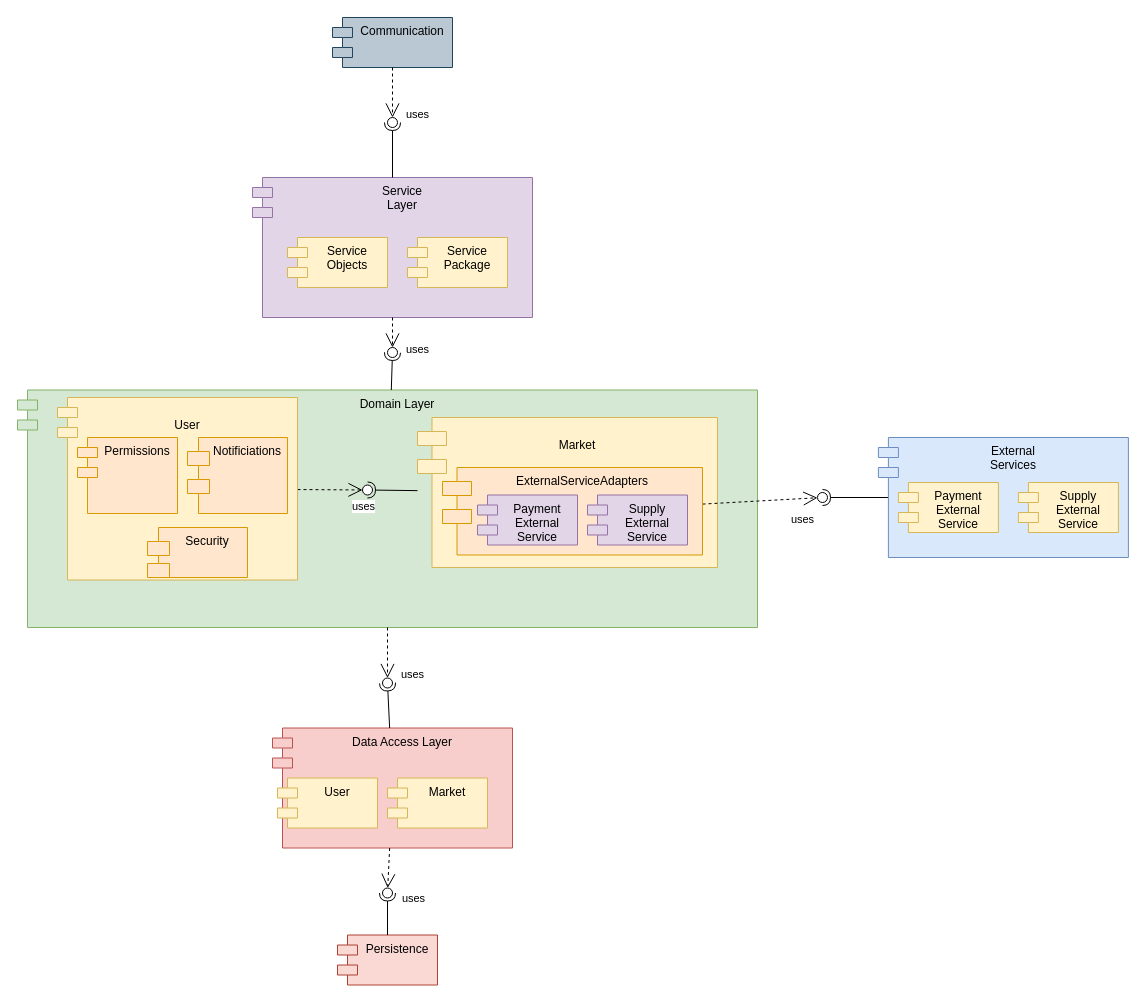
itaitzruia4/Workshop keeps this draw.io diagram as page "Component Diagram" (2 of 2) of Workshop.drawio. Above is the earlier version. Source tidied: cells renumbered, new cells numbered last; positions are measured from the earlier drawing's top-left corner, leaving out a move shared by most shapes. Both pictures are drawn from the tidied source at 100%, with x=0, y=0 at pixel (17, 17).
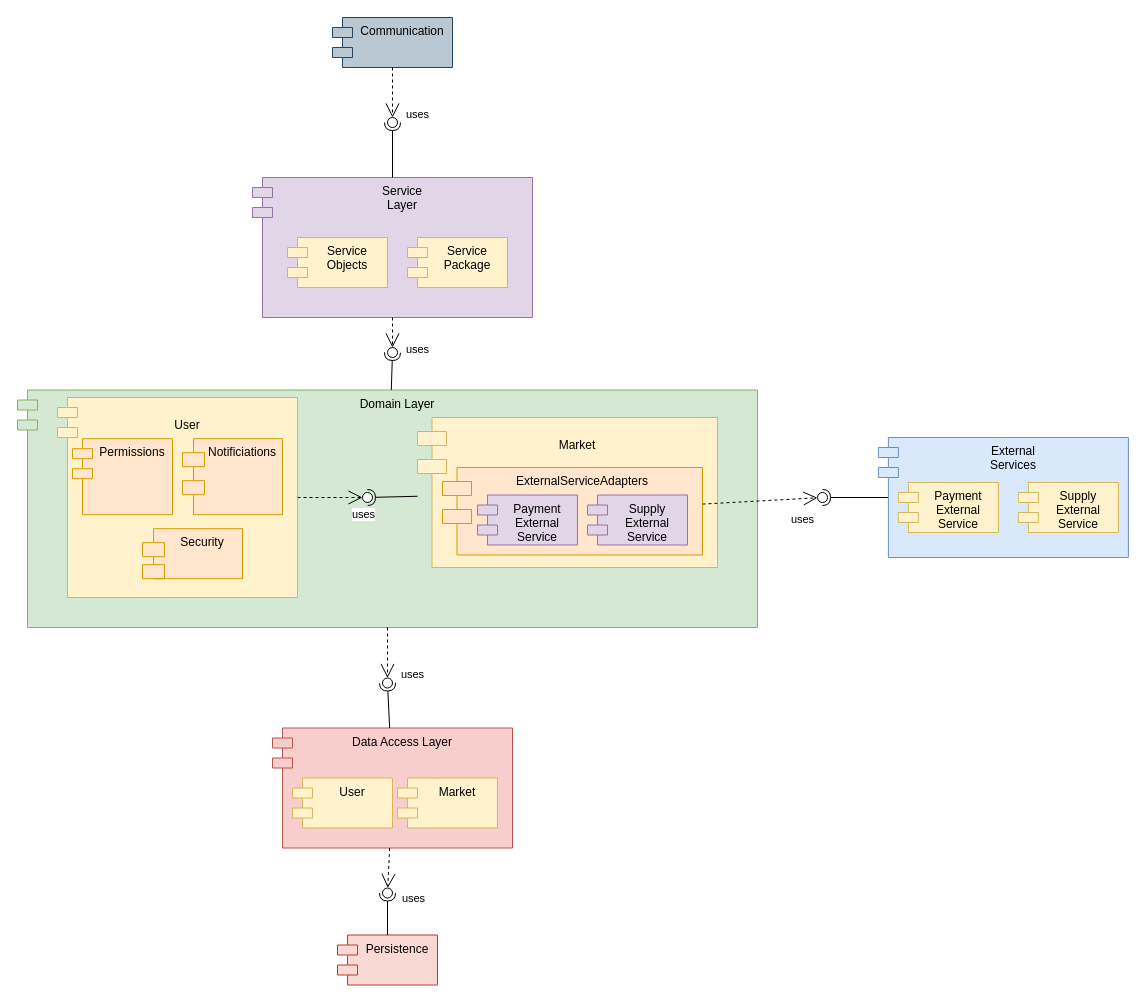
Above is the later version.

The edit, as a diff of the source:
```diff
@@
     <mxCell id="11" value="Market" style="shape=module;align=left;spacingLeft=20;align=center;verticalAlign=top;fillColor=#fff2cc;strokeColor=#d6b656;" parent="1" vertex="1">
-      <mxGeometry x="370" y="760.5" width="100" height="50" as="geometry" />
+      <mxGeometry x="380" y="760.5" width="100" height="50" as="geometry" />
     </mxCell>
     <mxCell id="12" value="User" style="shape=module;align=left;spacingLeft=20;align=center;verticalAlign=top;fillColor=#fff2cc;strokeColor=#d6b656;" parent="1" vertex="1">
-      <mxGeometry x="260" y="760.5" width="100" height="50" as="geometry" />
+      <mxGeometry x="275" y="760.5" width="100" height="50" as="geometry" />
     </mxCell>
@@
     <mxCell id="33" style="ellipse;whiteSpace=wrap;html=1;align=center;points=[];outlineConnect=0;sketch=0;" parent="1" vertex="1">
-      <mxGeometry x="345" y="467.5" width="10" height="10" as="geometry" />
+      <mxGeometry x="345" y="475" width="10" height="10" as="geometry" />
     </mxCell>
@@
-    <mxCell id="40" style="group;" parent="1" vertex="1">
-      <mxGeometry x="40" y="380" width="240" height="182.5" as="geometry" />
-    </mxCell>
-    <mxCell id="41" value="&#10;User" style="shape=module;align=left;spacingLeft=20;align=center;verticalAlign=top;fillColor=#fff2cc;strokeColor=#d6b656;" parent="40" vertex="1">
-      <mxGeometry width="240" height="182.5" as="geometry" />
-    </mxCell>
-    <mxCell id="42" value="Notificiations" style="shape=module;align=left;spacingLeft=20;align=center;verticalAlign=top;fillColor=#ffe6cc;strokeColor=#d79b00;jettyWidth=22;jettyHeight=14;" parent="40" vertex="1">
-      <mxGeometry x="130" y="40" width="100" height="76" as="geometry" />
-    </mxCell>
-    <mxCell id="43" value="Permissions" style="shape=module;align=left;spacingLeft=20;align=center;verticalAlign=top;fillColor=#ffe6cc;strokeColor=#d79b00;" parent="40" vertex="1">
-      <mxGeometry x="20" y="40" width="100" height="76" as="geometry" />
-    </mxCell>
-    <mxCell id="44" value="Security" style="shape=module;align=left;spacingLeft=20;align=center;verticalAlign=top;fillColor=#ffe6cc;strokeColor=#d79b00;jettyWidth=22;jettyHeight=14;" parent="40" vertex="1">
-      <mxGeometry x="90" y="130" width="100" height="50" as="geometry" />
-    </mxCell>
@@
+    <mxCell id="41" value="&#10;User" style="shape=module;align=left;spacingLeft=20;align=center;verticalAlign=top;fillColor=#fff2cc;strokeColor=#d6b656;" parent="1" vertex="1">
+      <mxGeometry x="40" y="380" width="240" height="200" as="geometry" />
+    </mxCell>
+    <mxCell id="49" style="group;" parent="1" vertex="1">
+      <mxGeometry x="55" y="421.2" width="210" height="140" as="geometry" />
+    </mxCell>
+    <mxCell id="50" style="group;" parent="49" vertex="1">
+      <mxGeometry width="210" height="140" as="geometry" />
+    </mxCell>
+    <mxCell id="42" value="Notificiations" style="shape=module;align=left;spacingLeft=20;align=center;verticalAlign=top;fillColor=#ffe6cc;strokeColor=#d79b00;jettyWidth=22;jettyHeight=14;" parent="50" vertex="1">
+      <mxGeometry x="110" width="100" height="76" as="geometry" />
+    </mxCell>
+    <mxCell id="43" value="Permissions" style="shape=module;align=left;spacingLeft=20;align=center;verticalAlign=top;fillColor=#ffe6cc;strokeColor=#d79b00;" parent="50" vertex="1">
+      <mxGeometry width="100" height="76" as="geometry" />
+    </mxCell>
+    <mxCell id="44" value="Security" style="shape=module;align=left;spacingLeft=20;align=center;verticalAlign=top;fillColor=#ffe6cc;strokeColor=#d79b00;jettyWidth=22;jettyHeight=14;" parent="50" vertex="1">
+      <mxGeometry x="70" y="90" width="100" height="50" as="geometry" />
+    </mxCell>
```
